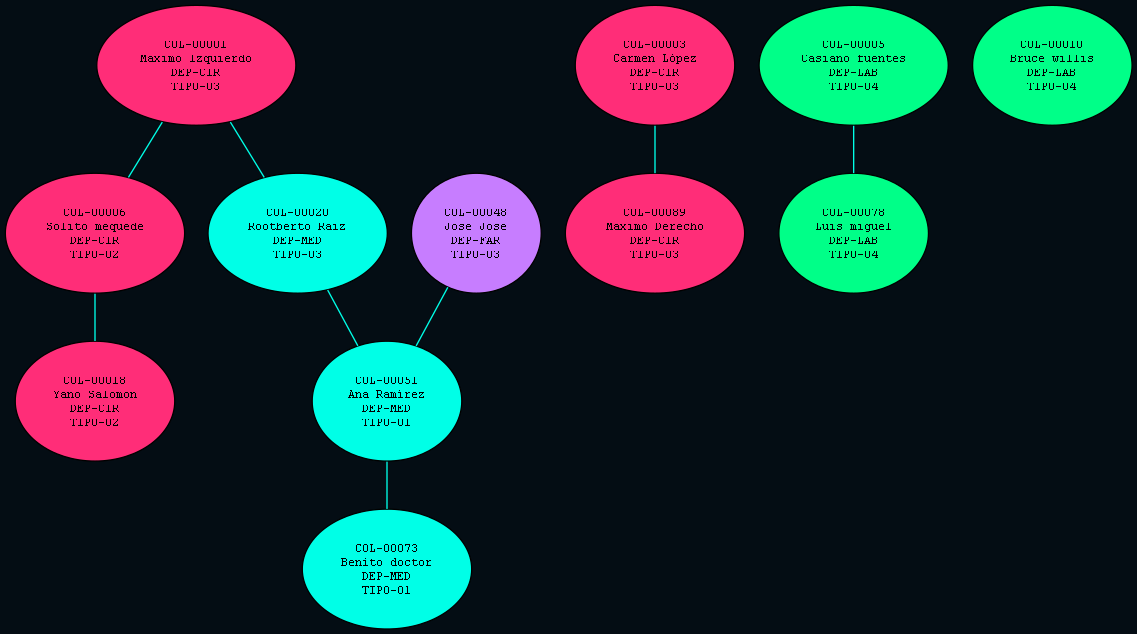
The Graphviz diagram reportes/grafo.png in RONY36606/EDD_1S2026_PY_-202307793_FASE1-2-3, before a commit. Its source is kept beside it as reportes/grafo.dot. Its diagram source:
```dot
graph RedColaboracion {
    bgcolor="#040d14";
    node [shape=ellipse, fontname="Courier", fontsize=9,
          style=filled, fontcolor="#000000", margin="0.15"];
    edge [color="#00ffe7", fontname="Courier", fontsize=8];
    overlap=false; splines=true;
    COL_00001 [label="COL-00001\nMaximo Izquierdo\nDEP-CIR\nTIPO-03", fillcolor="#ff2d78"];
    COL_00003 [label="COL-00003\nCarmen López\nDEP-CIR\nTIPO-03", fillcolor="#ff2d78"];
    COL_00005 [label="COL-00005\nCasiano fuentes\nDEP-LAB\nTIPO-04", fillcolor="#00ff88"];
    COL_00006 [label="COL-00006\nSolito mequede\nDEP-CIR\nTIPO-02", fillcolor="#ff2d78"];
    COL_00010 [label="COL-00010\nBruce willis\nDEP-LAB\nTIPO-04", fillcolor="#00ff88"];
    COL_00018 [label="COL-00018\nYano Salomon\nDEP-CIR\nTIPO-02", fillcolor="#ff2d78"];
    COL_00020 [label="COL-00020\nRootberto Raiz\nDEP-MED\nTIPO-03", fillcolor="#00ffe7"];
    COL_00048 [label="COL-00048\nJose Jose\nDEP-FAR\nTIPO-03", fillcolor="#c77dff"];
    COL_00051 [label="COL-00051\nAna Ramírez\nDEP-MED\nTIPO-01", fillcolor="#00ffe7"];
    COL_00073 [label="COL-00073\nBenito doctor\nDEP-MED\nTIPO-01", fillcolor="#00ffe7"];
    COL_00078 [label="COL-00078\nLuis miguel\nDEP-LAB\nTIPO-04", fillcolor="#00ff88"];
    COL_00089 [label="COL-00089\nMaximo Derecho\nDEP-CIR\nTIPO-03", fillcolor="#ff2d78"];
    COL_00001 -- COL_00006;
    COL_00001 -- COL_00020;
    COL_00003 -- COL_00089;
    COL_00005 -- COL_00078;
    COL_00006 -- COL_00018;
    COL_00020 -- COL_00051;
    COL_00048 -- COL_00051;
    COL_00051 -- COL_00073;
}
```
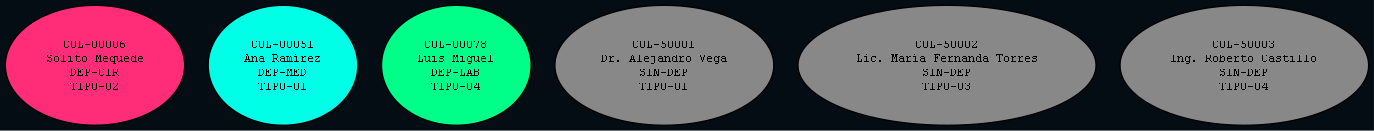
After the commit.

Diff of the diagram source:
```diff
@@ -4,24 +4,10 @@
           style=filled, fontcolor="#000000", margin="0.15"];
     edge [color="#00ffe7", fontname="Courier", fontsize=8];
     overlap=false; splines=true;
-    COL_00001 [label="COL-00001\nMaximo Izquierdo\nDEP-CIR\nTIPO-03", fillcolor="#ff2d78"];
-    COL_00003 [label="COL-00003\nCarmen López\nDEP-CIR\nTIPO-03", fillcolor="#ff2d78"];
-    COL_00005 [label="COL-00005\nCasiano fuentes\nDEP-LAB\nTIPO-04", fillcolor="#00ff88"];
-    COL_00006 [label="COL-00006\nSolito mequede\nDEP-CIR\nTIPO-02", fillcolor="#ff2d78"];
-    COL_00010 [label="COL-00010\nBruce willis\nDEP-LAB\nTIPO-04", fillcolor="#00ff88"];
-    COL_00018 [label="COL-00018\nYano Salomon\nDEP-CIR\nTIPO-02", fillcolor="#ff2d78"];
-    COL_00020 [label="COL-00020\nRootberto Raiz\nDEP-MED\nTIPO-03", fillcolor="#00ffe7"];
-    COL_00048 [label="COL-00048\nJose Jose\nDEP-FAR\nTIPO-03", fillcolor="#c77dff"];
+    COL_00006 [label="COL-00006\nSolito Mequede\nDEP-CIR\nTIPO-02", fillcolor="#ff2d78"];
     COL_00051 [label="COL-00051\nAna Ramírez\nDEP-MED\nTIPO-01", fillcolor="#00ffe7"];
-    COL_00073 [label="COL-00073\nBenito doctor\nDEP-MED\nTIPO-01", fillcolor="#00ffe7"];
-    COL_00078 [label="COL-00078\nLuis miguel\nDEP-LAB\nTIPO-04", fillcolor="#00ff88"];
-    COL_00089 [label="COL-00089\nMaximo Derecho\nDEP-CIR\nTIPO-03", fillcolor="#ff2d78"];
-    COL_00001 -- COL_00006;
-    COL_00001 -- COL_00020;
-    COL_00003 -- COL_00089;
-    COL_00005 -- COL_00078;
-    COL_00006 -- COL_00018;
-    COL_00020 -- COL_00051;
-    COL_00048 -- COL_00051;
-    COL_00051 -- COL_00073;
+    COL_00078 [label="COL-00078\nLuis Miguel\nDEP-LAB\nTIPO-04", fillcolor="#00ff88"];
+    COL_50001 [label="COL-50001\nDr. Alejandro Vega\nSIN-DEP\nTIPO-01", fillcolor="#888888"];
+    COL_50002 [label="COL-50002\nLic. María Fernanda Torres\nSIN-DEP\nTIPO-03", fillcolor="#888888"];
+    COL_50003 [label="COL-50003\nIng. Roberto Castillo\nSIN-DEP\nTIPO-04", fillcolor="#888888"];
 }
```
